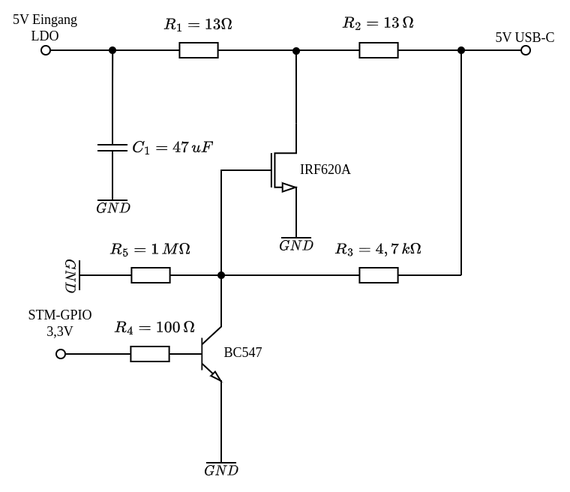
The draw.io diagram LaTeX/Bilder_Diagramme/killswitchschaltung.png in miko8278/stm32-SPI-SD-card, before a commit. Source tidied: cells renumbered, new cells last; positions are measured from the earlier drawing's top-left corner, leaving out a move shared by most shapes. Its diagram source:
```xml
<mxGraphModel math="1">
  <root>
    <mxCell id="0" />
    <mxCell id="1" parent="0" />
    <mxCell id="2" style="edgeStyle=orthogonalEdgeStyle;rounded=0;jettySize=auto;html=1;exitX=0;exitY=0.5;exitDx=0;exitDy=0;exitPerimeter=0;endArrow=none;endFill=0;" parent="1" edge="1" source="3">
      <mxGeometry relative="1" as="geometry">
        <mxPoint x="74.6" y="33" as="targetPoint" />
      </mxGeometry>
    </mxCell>
    <mxCell id="3" style="verticalLabelPosition=bottom;shadow=0;dashed=0;align=center;html=1;verticalAlign=top;shape=mxgraph.electrical.capacitors.capacitor_1;rotation=90;" parent="1" vertex="1">
      <mxGeometry x="54.5" y="88" width="40" height="20" as="geometry" />
    </mxCell>
    <mxCell id="4" style="edgeStyle=orthogonalEdgeStyle;rounded=0;jettySize=auto;html=1;exitX=0;exitY=0.5;exitDx=0;exitDy=0;exitPerimeter=0;entryX=1;entryY=0.5;entryDx=0;entryDy=0;entryPerimeter=0;startArrow=none;startFill=0;endArrow=none;endFill=0;" parent="1" edge="1" source="5" target="6">
      <mxGeometry relative="1" as="geometry" />
    </mxCell>
    <mxCell id="5" style="verticalLabelPosition=bottom;shadow=0;dashed=0;align=center;html=1;verticalAlign=top;shape=mxgraph.electrical.resistors.resistor_1;rotation=90;direction=south;" parent="1" vertex="1">
      <mxGeometry x="127" y="13" width="10" height="40" as="geometry" />
    </mxCell>
    <mxCell id="6" style="verticalLabelPosition=bottom;shadow=0;dashed=0;align=center;html=1;verticalAlign=top;shape=mxgraph.electrical.resistors.resistor_1;rotation=90;direction=south;" parent="1" vertex="1">
      <mxGeometry x="247" y="13" width="10" height="40" as="geometry" />
    </mxCell>
    <mxCell id="7" style="edgeStyle=orthogonalEdgeStyle;rounded=0;jettySize=auto;html=1;exitX=1;exitY=0;exitDx=0;exitDy=0;exitPerimeter=0;startArrow=none;startFill=0;endArrow=none;endFill=0;" parent="1" edge="1" source="9">
      <mxGeometry relative="1" as="geometry">
        <mxPoint x="196.9" y="33" as="targetPoint" />
      </mxGeometry>
    </mxCell>
    <mxCell id="8" style="edgeStyle=orthogonalEdgeStyle;rounded=0;jettySize=auto;html=1;exitX=0;exitY=0.5;exitDx=0;exitDy=0;exitPerimeter=0;startArrow=none;startFill=0;endArrow=none;endFill=0;" parent="1" edge="1" source="9">
      <mxGeometry relative="1" as="geometry">
        <mxPoint x="147" y="183" as="targetPoint" />
        <Array as="points">
          <mxPoint x="147" y="113" />
        </Array>
      </mxGeometry>
    </mxCell>
    <mxCell id="9" style="verticalLabelPosition=bottom;shadow=0;dashed=0;align=center;html=1;verticalAlign=top;shape=mxgraph.electrical.transistors.nmos;" parent="1" vertex="1">
      <mxGeometry x="157" y="78" width="40" height="70" as="geometry" />
    </mxCell>
    <mxCell id="10" style="verticalLabelPosition=bottom;shadow=0;dashed=0;align=center;html=1;verticalAlign=top;shape=mxgraph.electrical.transistors.npn_transistor_5;rotation=-90;direction=south;" parent="1" vertex="1">
      <mxGeometry x="94.5" y="220.5" width="75" height="30" as="geometry" />
    </mxCell>
    <mxCell id="11" value="$$GND$$" style="verticalLabelPosition=bottom;shadow=0;dashed=0;align=center;html=1;verticalAlign=top;shape=mxgraph.electrical.signal_sources.vss2;fontSize=8;flipV=1;spacing=-11;" parent="1" vertex="1">
      <mxGeometry x="137" y="253" width="20" height="55" as="geometry" />
    </mxCell>
    <mxCell id="12" value="$$GND$$" style="verticalLabelPosition=bottom;shadow=0;dashed=0;align=center;html=1;verticalAlign=top;shape=mxgraph.electrical.signal_sources.vss2;fontSize=8;flipV=1;spacing=-11;" parent="1" vertex="1">
      <mxGeometry x="187" y="143" width="20" height="15" as="geometry" />
    </mxCell>
    <mxCell id="13" value="$$GND$$" style="verticalLabelPosition=bottom;shadow=0;dashed=0;align=center;html=1;verticalAlign=top;shape=mxgraph.electrical.signal_sources.vss2;fontSize=8;flipV=1;spacing=-11;" parent="1" vertex="1">
      <mxGeometry x="64.5" y="118" width="20" height="15" as="geometry" />
    </mxCell>
    <mxCell id="14" style="ellipse;whiteSpace=wrap;html=1;fontSize=10;verticalAlign=bottom;align=center;fontFamily=Verdana;" parent="1" vertex="1">
      <mxGeometry x="347" y="30" width="6" height="6" as="geometry" />
    </mxCell>
    <mxCell id="15" value="5V USB-C" style="text;html=1;strokeColor=none;fillColor=none;align=center;verticalAlign=middle;whiteSpace=wrap;rounded=0;fontFamily=Verdana;fontSize=9;" parent="1" vertex="1">
      <mxGeometry x="320" y="20" width="60" height="10" as="geometry" />
    </mxCell>
    <mxCell id="16" style="edgeStyle=orthogonalEdgeStyle;rounded=0;jettySize=auto;html=1;exitX=0;exitY=0.5;exitDx=0;exitDy=0;entryX=0;entryY=0.5;entryDx=0;entryDy=0;entryPerimeter=0;startArrow=none;startFill=0;endArrow=none;endFill=0;" parent="1" edge="1" source="14" target="6">
      <mxGeometry relative="1" as="geometry" />
    </mxCell>
    <mxCell id="17" style="endArrow=none;html=1;rounded=0;startArrow=none;startFill=0;endFill=0;" parent="1" edge="1">
      <mxGeometry relative="1" as="geometry">
        <mxPoint x="307" y="183" as="sourcePoint" />
        <mxPoint x="307" y="33" as="targetPoint" />
      </mxGeometry>
    </mxCell>
    <mxCell id="18" style="endArrow=none;html=1;rounded=0;startArrow=none;startFill=0;endFill=0;" parent="1" edge="1" source="28">
      <mxGeometry relative="1" as="geometry">
        <mxPoint x="147" y="183" as="targetPoint" />
      </mxGeometry>
    </mxCell>
    <mxCell id="19" style="edgeStyle=orthogonalEdgeStyle;rounded=0;jettySize=auto;html=1;exitX=1;exitY=0.5;exitDx=0;exitDy=0;exitPerimeter=0;entryX=1;entryY=0.5;entryDx=0;entryDy=0;startArrow=none;startFill=0;endArrow=none;endFill=0;" parent="1" edge="1" source="20" target="24">
      <mxGeometry relative="1" as="geometry" />
    </mxCell>
    <mxCell id="20" style="verticalLabelPosition=bottom;shadow=0;dashed=0;align=center;html=1;verticalAlign=top;shape=mxgraph.electrical.resistors.resistor_1;rotation=90;direction=south;" parent="1" vertex="1">
      <mxGeometry x="94.5" y="215.5" width="10" height="40" as="geometry" />
    </mxCell>
    <mxCell id="21" style="ellipse;whiteSpace=wrap;html=1;fontSize=10;verticalAlign=bottom;align=center;fontFamily=Verdana;" parent="1" vertex="1">
      <mxGeometry x="27" y="30" width="6" height="6" as="geometry" />
    </mxCell>
    <mxCell id="22" value="5V Eingang LDO" style="text;html=1;strokeColor=none;fillColor=none;align=center;verticalAlign=middle;whiteSpace=wrap;rounded=0;fontFamily=Verdana;fontSize=9;" parent="1" vertex="1">
      <mxGeometry y="13" width="60" height="10" as="geometry" />
    </mxCell>
    <mxCell id="23" style="edgeStyle=orthogonalEdgeStyle;rounded=0;jettySize=auto;html=1;exitX=1;exitY=0.5;exitDx=0;exitDy=0;entryX=1;entryY=0.5;entryDx=0;entryDy=0;entryPerimeter=0;startArrow=none;startFill=0;endArrow=none;endFill=0;" parent="1" edge="1" source="21" target="5">
      <mxGeometry relative="1" as="geometry" />
    </mxCell>
    <mxCell id="24" style="ellipse;whiteSpace=wrap;html=1;fontSize=10;verticalAlign=bottom;align=center;fontFamily=Verdana;" parent="1" vertex="1">
      <mxGeometry x="37" y="232.5" width="6" height="6" as="geometry" />
    </mxCell>
    <mxCell id="25" value="STM-GPIO&lt;br&gt;3,3V" style="text;html=1;strokeColor=none;fillColor=none;align=center;verticalAlign=middle;whiteSpace=wrap;rounded=0;fontFamily=Verdana;fontSize=9;" parent="1" vertex="1">
      <mxGeometry x="10" y="210.5" width="60" height="10" as="geometry" />
    </mxCell>
    <mxCell id="26" style="verticalLabelPosition=bottom;shadow=0;dashed=0;align=center;html=1;verticalAlign=top;strokeWidth=1;shape=ellipse;perimeter=ellipsePerimeter;fillColor=#000000;" parent="1" vertex="1">
      <mxGeometry x="195" y="31.5" width="4" height="4" as="geometry" />
    </mxCell>
    <mxCell id="27" style="endArrow=none;html=1;rounded=0;startArrow=none;startFill=0;endFill=0;" parent="1" edge="1" target="28">
      <mxGeometry relative="1" as="geometry">
        <mxPoint x="147" y="213" as="sourcePoint" />
      </mxGeometry>
    </mxCell>
    <mxCell id="28" style="verticalLabelPosition=bottom;shadow=0;dashed=0;align=center;html=1;verticalAlign=top;strokeWidth=1;shape=ellipse;perimeter=ellipsePerimeter;fillColor=#000000;" parent="1" vertex="1">
      <mxGeometry x="145" y="181" width="4" height="4" as="geometry" />
    </mxCell>
    <mxCell id="29" style="verticalLabelPosition=bottom;shadow=0;dashed=0;align=center;html=1;verticalAlign=top;strokeWidth=1;shape=ellipse;perimeter=ellipsePerimeter;fillColor=#000000;" parent="1" vertex="1">
      <mxGeometry x="305" y="31" width="4" height="4" as="geometry" />
    </mxCell>
    <mxCell id="30" value="IRF620A" style="text;html=1;strokeColor=none;fillColor=none;align=center;verticalAlign=middle;whiteSpace=wrap;rounded=0;fontFamily=Verdana;fontSize=9;" parent="1" vertex="1">
      <mxGeometry x="187" y="108" width="60" height="10" as="geometry" />
    </mxCell>
    <mxCell id="31" value="BC547" style="text;html=1;strokeColor=none;fillColor=none;align=center;verticalAlign=middle;whiteSpace=wrap;rounded=0;fontFamily=Verdana;fontSize=9;" parent="1" vertex="1">
      <mxGeometry x="137" y="230.5" width="50" height="10" as="geometry" />
    </mxCell>
    <mxCell id="32" style="edgeStyle=orthogonalEdgeStyle;rounded=0;jettySize=auto;html=1;exitX=1;exitY=0.5;exitDx=0;exitDy=0;exitPerimeter=0;entryX=1;entryY=0.5;entryDx=0;entryDy=0;endArrow=none;endFill=0;" parent="1" edge="1" source="34" target="28">
      <mxGeometry relative="1" as="geometry" />
    </mxCell>
    <mxCell id="33" style="edgeStyle=orthogonalEdgeStyle;rounded=0;jettySize=auto;html=1;exitX=0;exitY=0.5;exitDx=0;exitDy=0;exitPerimeter=0;endArrow=none;endFill=0;" parent="1" edge="1" source="34">
      <mxGeometry relative="1" as="geometry">
        <mxPoint x="307" y="183" as="targetPoint" />
      </mxGeometry>
    </mxCell>
    <mxCell id="34" style="verticalLabelPosition=bottom;shadow=0;dashed=0;align=center;html=1;verticalAlign=top;shape=mxgraph.electrical.resistors.resistor_1;rotation=90;direction=south;" parent="1" vertex="1">
      <mxGeometry x="247" y="163" width="10" height="40" as="geometry" />
    </mxCell>
    <mxCell id="35" style="verticalLabelPosition=bottom;shadow=0;dashed=0;align=center;html=1;verticalAlign=top;strokeWidth=1;shape=ellipse;perimeter=ellipsePerimeter;fillColor=#000000;" parent="1" vertex="1">
      <mxGeometry x="72.5" y="31" width="4" height="4" as="geometry" />
    </mxCell>
    <mxCell id="36" value="$$R_1=13\Omega$$" style="text;html=1;strokeColor=none;fillColor=none;align=center;verticalAlign=middle;whiteSpace=wrap;rounded=0;fontSize=9;" parent="1" vertex="1">
      <mxGeometry x="102" y="1" width="60" height="30" as="geometry" />
    </mxCell>
    <mxCell id="37" value="$$R_2=13\,\Omega$$" style="text;html=1;strokeColor=none;fillColor=none;align=center;verticalAlign=middle;whiteSpace=wrap;rounded=0;fontSize=9;" parent="1" vertex="1">
      <mxGeometry x="222" width="60" height="30" as="geometry" />
    </mxCell>
    <mxCell id="38" value="$$R_3=4,7\,k\Omega$$" style="text;html=1;strokeColor=none;fillColor=none;align=center;verticalAlign=middle;whiteSpace=wrap;rounded=0;fontSize=9;" parent="1" vertex="1">
      <mxGeometry x="222" y="151" width="60" height="30" as="geometry" />
    </mxCell>
    <mxCell id="39" value="$$R_4=100\,\Omega$$" style="text;html=1;strokeColor=none;fillColor=none;align=center;verticalAlign=middle;whiteSpace=wrap;rounded=0;fontSize=9;" parent="1" vertex="1">
      <mxGeometry x="72.5" y="203" width="60" height="30" as="geometry" />
    </mxCell>
    <mxCell id="40" value="$$C_1=47\,uF$$" style="text;html=1;strokeColor=none;fillColor=none;align=center;verticalAlign=middle;whiteSpace=wrap;rounded=0;fontSize=9;" parent="1" vertex="1">
      <mxGeometry x="84.5" y="83" width="60" height="30" as="geometry" />
    </mxCell>
    <mxCell id="41" style="edgeStyle=orthogonalEdgeStyle;rounded=0;jettySize=auto;html=1;exitX=0;exitY=0.5;exitDx=0;exitDy=0;exitPerimeter=0;entryX=0;entryY=0.5;entryDx=0;entryDy=0;endArrow=none;endFill=0;" parent="1" edge="1" source="42" target="28">
      <mxGeometry relative="1" as="geometry" />
    </mxCell>
    <mxCell id="42" style="verticalLabelPosition=bottom;shadow=0;dashed=0;align=center;html=1;verticalAlign=top;shape=mxgraph.electrical.resistors.resistor_1;rotation=90;direction=south;" parent="1" vertex="1">
      <mxGeometry x="95" y="163" width="10" height="40" as="geometry" />
    </mxCell>
    <mxCell id="43" value="$$R_5=1\,M\Omega$$" style="text;html=1;strokeColor=none;fillColor=none;align=center;verticalAlign=middle;whiteSpace=wrap;rounded=0;fontSize=9;" parent="1" vertex="1">
      <mxGeometry x="70" y="151" width="60" height="30" as="geometry" />
    </mxCell>
    <mxCell id="44" value="$$GND$$" style="verticalLabelPosition=bottom;shadow=0;dashed=0;align=center;html=1;verticalAlign=top;shape=mxgraph.electrical.signal_sources.vss2;fontSize=8;flipV=1;spacing=-11;rotation=90;" parent="1" vertex="1">
      <mxGeometry x="56.9" y="168.6" width="20" height="28.8" as="geometry" />
    </mxCell>
  </root>
</mxGraphModel>
```
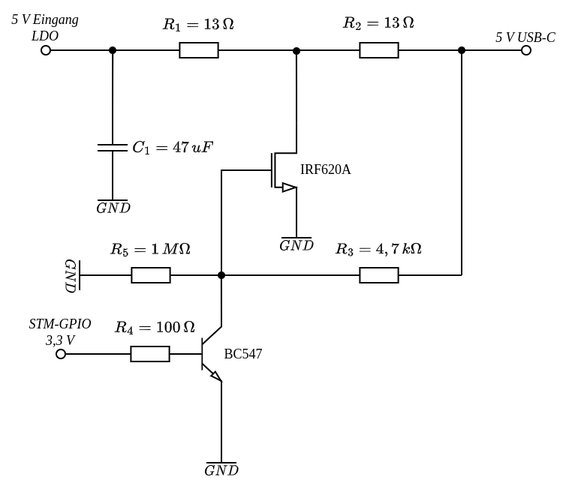
Above is the later version.

The edit, as a diff of the source:
```diff
@@ -50,7 +50,7 @@
     <mxCell id="14" style="ellipse;whiteSpace=wrap;html=1;fontSize=10;verticalAlign=bottom;align=center;fontFamily=Verdana;" parent="1" vertex="1">
       <mxGeometry x="347" y="30" width="6" height="6" as="geometry" />
     </mxCell>
-    <mxCell id="15" value="5V USB-C" style="text;html=1;strokeColor=none;fillColor=none;align=center;verticalAlign=middle;whiteSpace=wrap;rounded=0;fontFamily=Verdana;fontSize=9;" parent="1" vertex="1">
+    <mxCell id="15" value="5 V USB-C" style="text;html=1;strokeColor=none;fillColor=none;align=center;verticalAlign=middle;whiteSpace=wrap;rounded=0;fontFamily=Verdana;fontSize=9;fontStyle=2;" parent="1" vertex="1">
       <mxGeometry x="320" y="20" width="60" height="10" as="geometry" />
     </mxCell>
     <mxCell id="16" style="edgeStyle=orthogonalEdgeStyle;rounded=0;jettySize=auto;html=1;exitX=0;exitY=0.5;exitDx=0;exitDy=0;entryX=0;entryY=0.5;entryDx=0;entryDy=0;entryPerimeter=0;startArrow=none;startFill=0;endArrow=none;endFill=0;" parent="1" edge="1" source="14" target="6">
@@ -76,7 +76,7 @@
     <mxCell id="21" style="ellipse;whiteSpace=wrap;html=1;fontSize=10;verticalAlign=bottom;align=center;fontFamily=Verdana;" parent="1" vertex="1">
       <mxGeometry x="27" y="30" width="6" height="6" as="geometry" />
     </mxCell>
-    <mxCell id="22" value="5V Eingang LDO" style="text;html=1;strokeColor=none;fillColor=none;align=center;verticalAlign=middle;whiteSpace=wrap;rounded=0;fontFamily=Verdana;fontSize=9;" parent="1" vertex="1">
+    <mxCell id="22" value="5 V Eingang LDO" style="text;html=1;strokeColor=none;fillColor=none;align=center;verticalAlign=middle;whiteSpace=wrap;rounded=0;fontFamily=Verdana;fontSize=9;fontStyle=2;" parent="1" vertex="1">
       <mxGeometry y="13" width="60" height="10" as="geometry" />
     </mxCell>
     <mxCell id="23" style="edgeStyle=orthogonalEdgeStyle;rounded=0;jettySize=auto;html=1;exitX=1;exitY=0.5;exitDx=0;exitDy=0;entryX=1;entryY=0.5;entryDx=0;entryDy=0;entryPerimeter=0;startArrow=none;startFill=0;endArrow=none;endFill=0;" parent="1" edge="1" source="21" target="5">
@@ -85,8 +85,8 @@
     <mxCell id="24" style="ellipse;whiteSpace=wrap;html=1;fontSize=10;verticalAlign=bottom;align=center;fontFamily=Verdana;" parent="1" vertex="1">
       <mxGeometry x="37" y="232.5" width="6" height="6" as="geometry" />
     </mxCell>
-    <mxCell id="25" value="STM-GPIO&lt;br&gt;3,3V" style="text;html=1;strokeColor=none;fillColor=none;align=center;verticalAlign=middle;whiteSpace=wrap;rounded=0;fontFamily=Verdana;fontSize=9;" parent="1" vertex="1">
-      <mxGeometry x="10" y="210.5" width="60" height="10" as="geometry" />
+    <mxCell id="25" value="STM-GPIO&lt;br&gt;3,3 V" style="text;html=1;strokeColor=none;fillColor=none;align=center;verticalAlign=middle;whiteSpace=wrap;rounded=0;fontFamily=Verdana;fontSize=9;fontStyle=2;" parent="1" vertex="1">
+      <mxGeometry x="10" y="215.5" width="60" height="10" as="geometry" />
     </mxCell>
     <mxCell id="26" style="verticalLabelPosition=bottom;shadow=0;dashed=0;align=center;html=1;verticalAlign=top;strokeWidth=1;shape=ellipse;perimeter=ellipsePerimeter;fillColor=#000000;" parent="1" vertex="1">
       <mxGeometry x="195" y="31.5" width="4" height="4" as="geometry" />
@@ -122,7 +122,7 @@
     <mxCell id="35" style="verticalLabelPosition=bottom;shadow=0;dashed=0;align=center;html=1;verticalAlign=top;strokeWidth=1;shape=ellipse;perimeter=ellipsePerimeter;fillColor=#000000;" parent="1" vertex="1">
       <mxGeometry x="72.5" y="31" width="4" height="4" as="geometry" />
     </mxCell>
-    <mxCell id="36" value="$$R_1=13\Omega$$" style="text;html=1;strokeColor=none;fillColor=none;align=center;verticalAlign=middle;whiteSpace=wrap;rounded=0;fontSize=9;" parent="1" vertex="1">
+    <mxCell id="36" value="$$R_1=13\,\Omega$$" style="text;html=1;strokeColor=none;fillColor=none;align=center;verticalAlign=middle;whiteSpace=wrap;rounded=0;fontSize=9;" parent="1" vertex="1">
       <mxGeometry x="102" y="1" width="60" height="30" as="geometry" />
     </mxCell>
     <mxCell id="37" value="$$R_2=13\,\Omega$$" style="text;html=1;strokeColor=none;fillColor=none;align=center;verticalAlign=middle;whiteSpace=wrap;rounded=0;fontSize=9;" parent="1" vertex="1">
```
